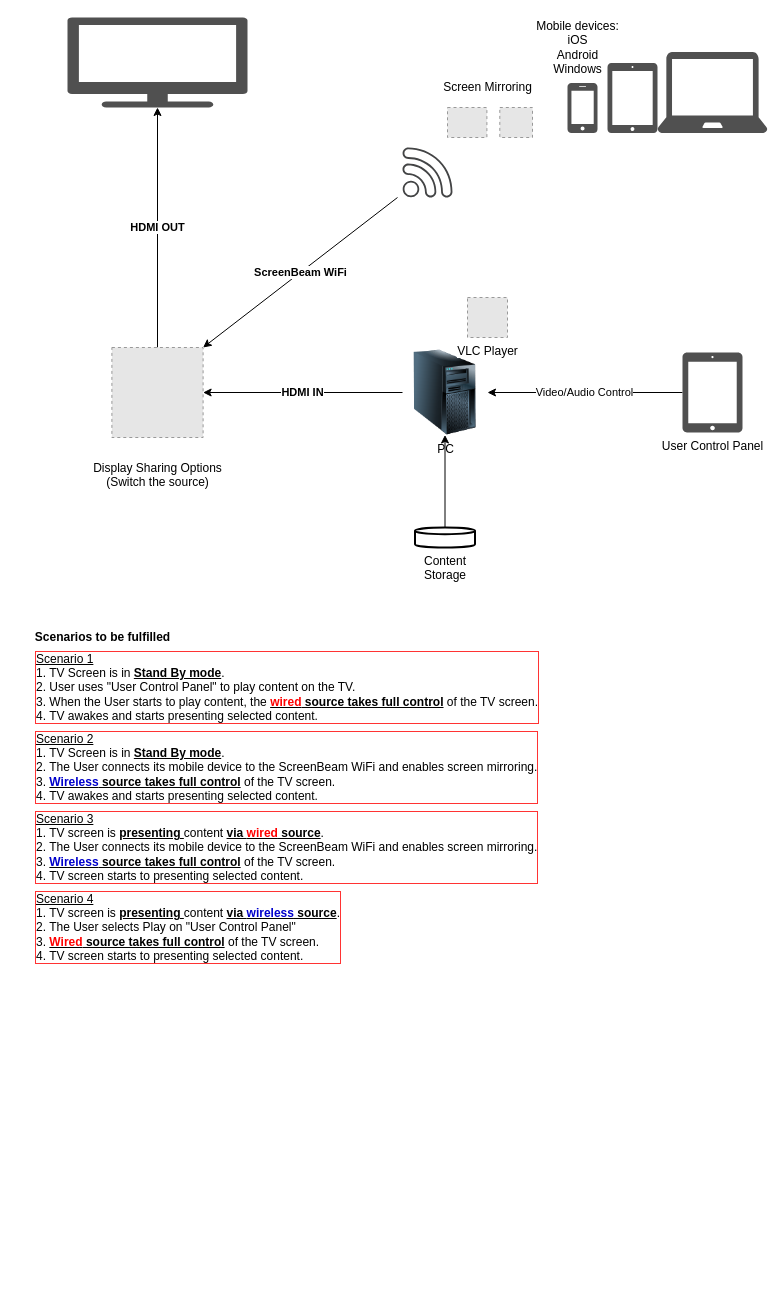
Above: Airpod_Video_Schema.drawio in matevz-dev/Airpod (draw.io), before the change. Source tidied: cells renumbered, new cells numbered last; positions are measured from the earlier drawing's top-left corner, leaving out a move shared by most shapes. Both pictures are drawn from the tidied source at 100%, with x=0, y=0 at pixel (27, 17). Pictures stored in the file or linked from it are replaced by grey dashed boxes.
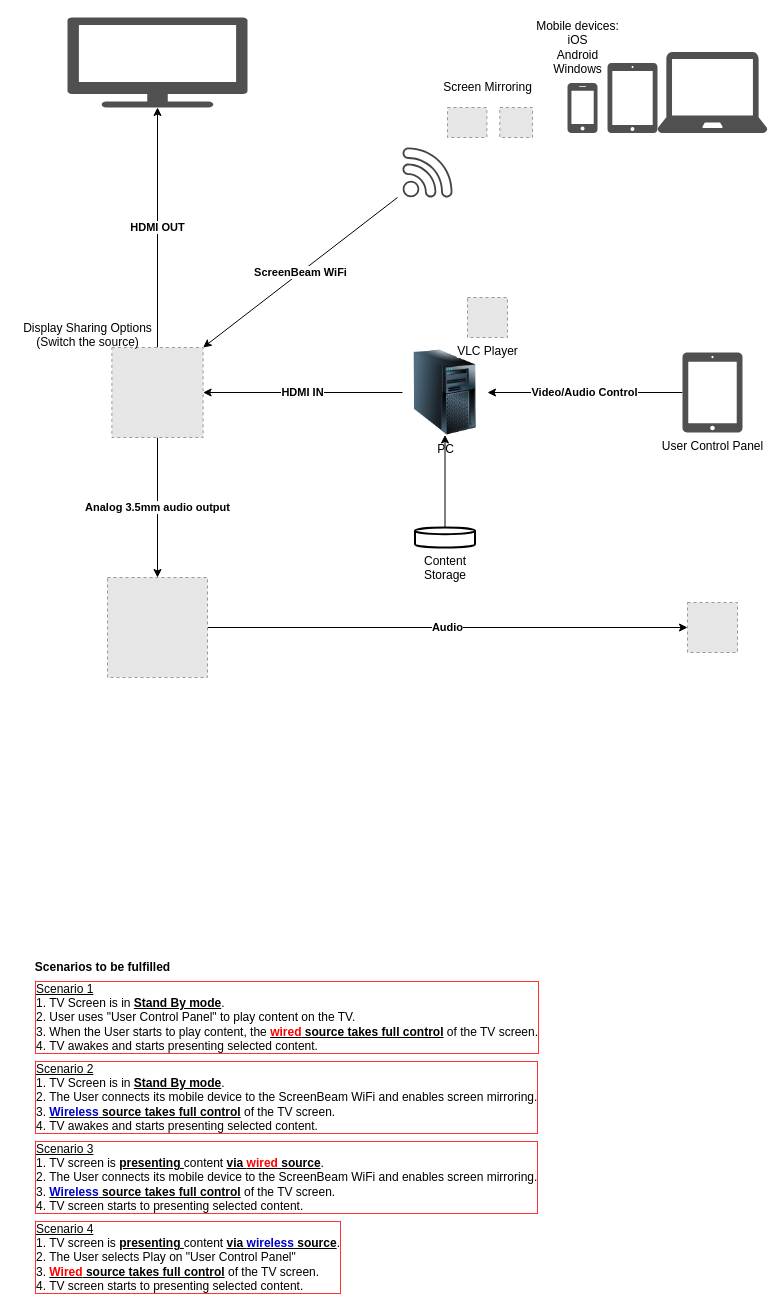
The same diagram, later.

The change refers to these unchanged cells:
```xml
<mxCell id="4" style="fillColor=#E6E6E6;strokeColor=#999999;dashed=1;verticalLabelPosition=bottom;labelBackgroundColor=#ffffff;verticalAlign=top;" parent="1" vertex="1">
  <mxGeometry x="84.4" y="330" width="91.2" height="90" as="geometry" />
</mxCell>
<mxCell id="16" value="PC" style="image;html=1;image=img/lib/clip_art/computers/Server_Tower_128x128.png;" parent="1" vertex="1">
  <mxGeometry x="375" y="332.5" width="85" height="85" as="geometry" />
</mxCell>
<mxCell id="20" value="User Control Panel" style="shadow=0;dashed=0;html=1;strokeColor=none;fillColor=#505050;labelPosition=center;verticalLabelPosition=bottom;verticalAlign=top;outlineConnect=0;align=center;shape=mxgraph.office.devices.tablet_ipad;" parent="1" vertex="1">
  <mxGeometry x="655" y="335" width="60" height="80" as="geometry" />
</mxCell>
```

Change to the diagram source:
```diff
@@
+    <mxCell id="29" value="&lt;b&gt;Analog 3.5mm audio output&lt;/b&gt;" style="edgeStyle=orthogonalEdgeStyle;rounded=0;jettySize=auto;html=1;exitX=0.5;exitY=1;exitDx=0;exitDy=0;" parent="1" edge="1" source="4" target="31">
+      <mxGeometry relative="1" as="geometry" />
+    </mxCell>
@@
-    <mxCell id="19" value="Video/Audio Control" style="edgeStyle=none;rounded=0;jettySize=auto;html=1;entryX=1;entryY=0.5;entryDx=0;entryDy=0;" parent="1" edge="1" source="20" target="16">
+    <mxCell id="19" value="&lt;b&gt;Video/Audio Control&lt;/b&gt;" style="edgeStyle=none;rounded=0;jettySize=auto;html=1;entryX=1;entryY=0.5;entryDx=0;entryDy=0;" parent="1" edge="1" source="20" target="16">
       <mxGeometry relative="1" as="geometry" />
     </mxCell>
@@
     <mxCell id="23" value="&lt;div&gt;Display Sharing Options&lt;/div&gt;&lt;div&gt;(Switch the source)&lt;/div&gt;&lt;div&gt;&lt;br&gt;&lt;/div&gt;" style="text;html=1;align=center;verticalAlign=middle;" parent="1" vertex="1">
-      <mxGeometry x="60" y="440" width="140" height="50" as="geometry" />
+      <mxGeometry x="-10" y="300" width="140" height="50" as="geometry" />
     </mxCell>
     <mxCell id="24" value="&lt;div style=&quot;font-size: 12px&quot;&gt;&lt;u style=&quot;font-size: 12px&quot;&gt;Scenario 1&lt;/u&gt;&lt;/div&gt;&lt;div style=&quot;font-size: 12px&quot;&gt;&lt;span style=&quot;font-size: 12px&quot;&gt;1. TV Screen is in &lt;u&gt;&lt;b&gt;Stand By mode&lt;/b&gt;&lt;/u&gt;.&lt;/span&gt;&lt;u style=&quot;font-size: 12px&quot;&gt;&lt;br&gt;&lt;/u&gt;&lt;/div&gt;&lt;div style=&quot;font-size: 12px&quot;&gt;2. User uses &quot;User Control Panel&quot; to play content on the TV.&lt;/div&gt;&lt;div style=&quot;font-size: 12px&quot;&gt;3. When the User starts to play content, the &lt;u&gt;&lt;b&gt;&lt;font color=&quot;#FF0000&quot;&gt;wired&lt;/font&gt; source takes full control&lt;/b&gt;&lt;/u&gt; of the TV screen. &lt;br&gt;&lt;/div&gt;&lt;div style=&quot;font-size: 12px&quot;&gt;4. TV awakes and starts presenting selected content.&lt;br style=&quot;font-size: 12px&quot;&gt;&lt;/div&gt;" style="text;html=1;align=left;verticalAlign=middle;labelBorderColor=#FF3333;fontSize=12;" parent="1" vertex="1">
-      <mxGeometry x="5.6" y="630" width="520" height="80" as="geometry" />
+      <mxGeometry x="5.6" y="960" width="520" height="80" as="geometry" />
     </mxCell>
     <mxCell id="25" value="&lt;div style=&quot;font-size: 12px&quot;&gt;&lt;u style=&quot;font-size: 12px&quot;&gt;Scenario 3&lt;br style=&quot;font-size: 12px&quot;&gt;&lt;/u&gt;&lt;/div&gt;&lt;div style=&quot;font-size: 12px&quot;&gt;1. TV screen is &lt;u&gt;&lt;b&gt;presenting &lt;/b&gt;&lt;/u&gt;content &lt;u&gt;&lt;b&gt;via &lt;font color=&quot;#FF0000&quot;&gt;wired&lt;/font&gt; source&lt;/b&gt;&lt;/u&gt;.&lt;/div&gt;&lt;div style=&quot;font-size: 12px&quot;&gt;2. The User connects its mobile device to the ScreenBeam WiFi and enables screen mirroring.&lt;/div&gt;&lt;div style=&quot;font-size: 12px&quot;&gt;3. &lt;u&gt;&lt;b&gt;&lt;font color=&quot;#0000CC&quot;&gt;Wireless&lt;/font&gt; source takes full control&lt;/b&gt;&lt;/u&gt; of the TV screen.&lt;/div&gt;&lt;div style=&quot;font-size: 12px&quot;&gt;4. TV screen starts to presenting selected content.&lt;br&gt;&lt;/div&gt;" style="text;html=1;align=left;verticalAlign=middle;labelBackgroundColor=none;labelBorderColor=#FF3333;fontSize=12;" parent="1" vertex="1">
-      <mxGeometry x="5.6" y="790" width="520" height="80" as="geometry" />
+      <mxGeometry x="5.6" y="1120" width="520" height="80" as="geometry" />
     </mxCell>
     <mxCell id="26" value="&lt;div style=&quot;font-size: 12px&quot;&gt;&lt;u style=&quot;font-size: 12px&quot;&gt;Scenario 4&lt;br style=&quot;font-size: 12px&quot;&gt;&lt;/u&gt;&lt;/div&gt;&lt;div style=&quot;font-size: 12px&quot;&gt;1. TV screen is &lt;u&gt;&lt;b&gt;presenting &lt;/b&gt;&lt;/u&gt;content &lt;u&gt;&lt;b&gt;via &lt;font color=&quot;#0000CC&quot;&gt;wireless&lt;/font&gt; source&lt;/b&gt;&lt;/u&gt;. &lt;br&gt;&lt;/div&gt;&lt;div style=&quot;font-size: 12px&quot;&gt;2. The User selects Play on &quot;User Control Panel&quot;&lt;br&gt;&lt;/div&gt;&lt;div style=&quot;font-size: 12px&quot;&gt;3. &lt;u&gt;&lt;b&gt;&lt;font color=&quot;#FF0000&quot;&gt;Wired&lt;/font&gt; source takes full control&lt;/b&gt;&lt;/u&gt; of the TV screen.&lt;/div&gt;&lt;div style=&quot;font-size: 12px&quot;&gt;4. TV screen starts to presenting selected content.&lt;br&gt;&lt;/div&gt;" style="text;html=1;align=left;verticalAlign=middle;labelBackgroundColor=none;labelBorderColor=#FF3333;fontSize=12;" parent="1" vertex="1">
-      <mxGeometry x="5.6" y="870" width="320" height="80" as="geometry" />
+      <mxGeometry x="5.6" y="1200" width="320" height="80" as="geometry" />
     </mxCell>
     <mxCell id="27" value="Scenarios to be fulfilled " style="text;html=1;align=center;verticalAlign=middle;fontSize=12;fontStyle=1;" parent="1" vertex="1">
-      <mxGeometry y="610" width="150" height="20" as="geometry" />
+      <mxGeometry y="940" width="150" height="20" as="geometry" />
     </mxCell>
     <mxCell id="28" value="&lt;div style=&quot;font-size: 12px&quot;&gt;&lt;u style=&quot;font-size: 12px&quot;&gt;Scenario 2&lt;br&gt;&lt;/u&gt;&lt;/div&gt;&lt;div style=&quot;font-size: 12px&quot;&gt;&lt;span style=&quot;font-size: 12px&quot;&gt;1. TV Screen is in &lt;u&gt;&lt;b&gt;Stand By mode&lt;/b&gt;&lt;/u&gt;.&lt;/span&gt;&lt;br&gt;&lt;span style=&quot;font-size: 12px&quot;&gt;2. The User connects its mobile device to the ScreenBeam WiFi and enables screen mirroring.&lt;/span&gt;&lt;div style=&quot;font-size: 12px&quot;&gt;3. &lt;u&gt;&lt;b&gt;&lt;font color=&quot;#0000CC&quot;&gt;Wireless&lt;/font&gt; source takes full control&lt;/b&gt;&lt;/u&gt; of the TV screen.&lt;/div&gt;&lt;/div&gt;&lt;div style=&quot;font-size: 12px&quot;&gt;4. TV awakes and starts presenting selected content.&lt;br style=&quot;font-size: 12px&quot;&gt;&lt;/div&gt;" style="text;html=1;align=left;verticalAlign=middle;labelBorderColor=#FF3333;fontSize=12;" parent="1" vertex="1">
-      <mxGeometry x="5.6" y="710" width="520" height="80" as="geometry" />
+      <mxGeometry x="5.6" y="1040" width="520" height="80" as="geometry" />
     </mxCell>
+    <mxCell id="30" value="&lt;b&gt;Audio&lt;/b&gt;" style="edgeStyle=orthogonalEdgeStyle;rounded=0;jettySize=auto;html=1;exitX=1;exitY=0.5;exitDx=0;exitDy=0;entryX=0;entryY=0.5;entryDx=0;entryDy=0;" parent="1" edge="1" source="31" target="32">
+      <mxGeometry relative="1" as="geometry" />
+    </mxCell>
+    <mxCell id="31" style="fillColor=#E6E6E6;strokeColor=#999999;dashed=1;html=1;verticalAlign=top;verticalLabelPosition=bottom;labelBackgroundColor=#ffffff;" parent="1" vertex="1">
+      <mxGeometry x="80" y="560" width="100" height="100" as="geometry" />
+    </mxCell>
+    <mxCell id="32" style="fillColor=#E6E6E6;strokeColor=#999999;dashed=1;html=1;verticalAlign=top;verticalLabelPosition=bottom;labelBackgroundColor=#ffffff;" parent="1" vertex="1">
+      <mxGeometry x="660" y="585" width="50" height="50" as="geometry" />
+    </mxCell>
```
